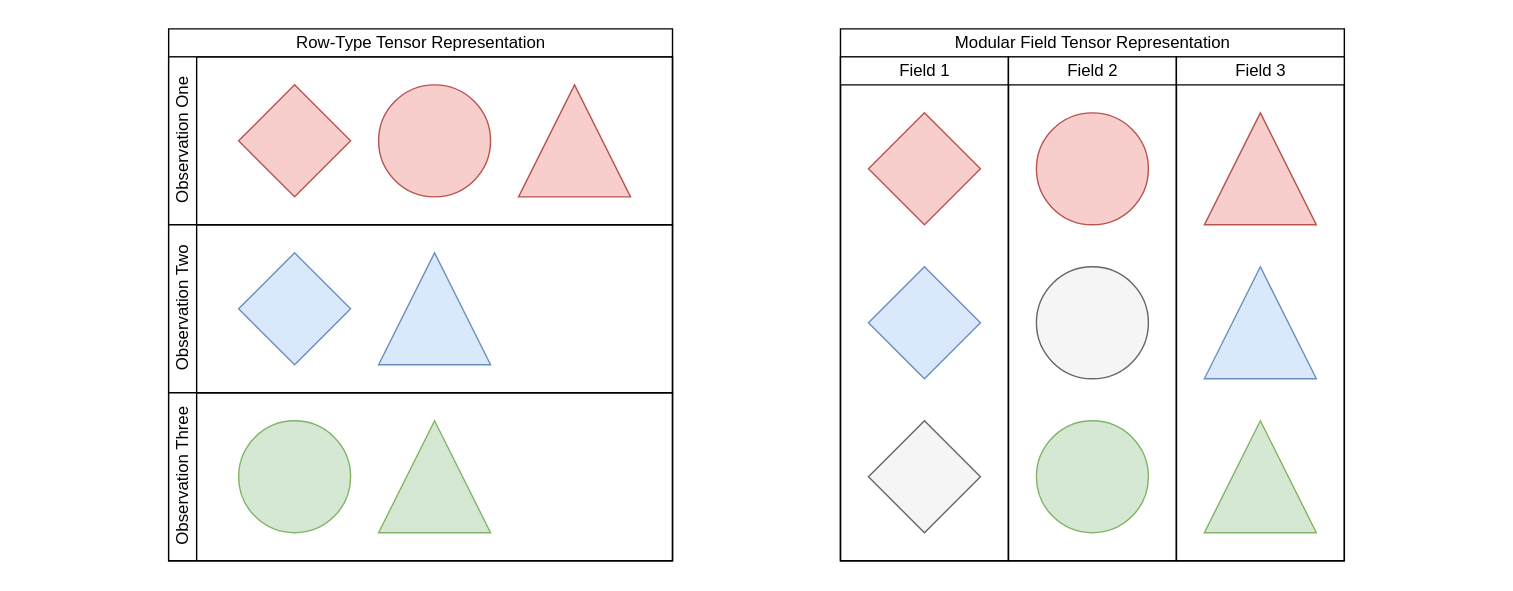
This is docs/diagrams/dataframe.drawio.svg from granthamtaylor/windmark, a draw.io export, as it was before one commit. Source tidied: cells renumbered, new cells last; positions are measured from the earlier drawing's top-left corner, leaving out a move shared by most shapes.
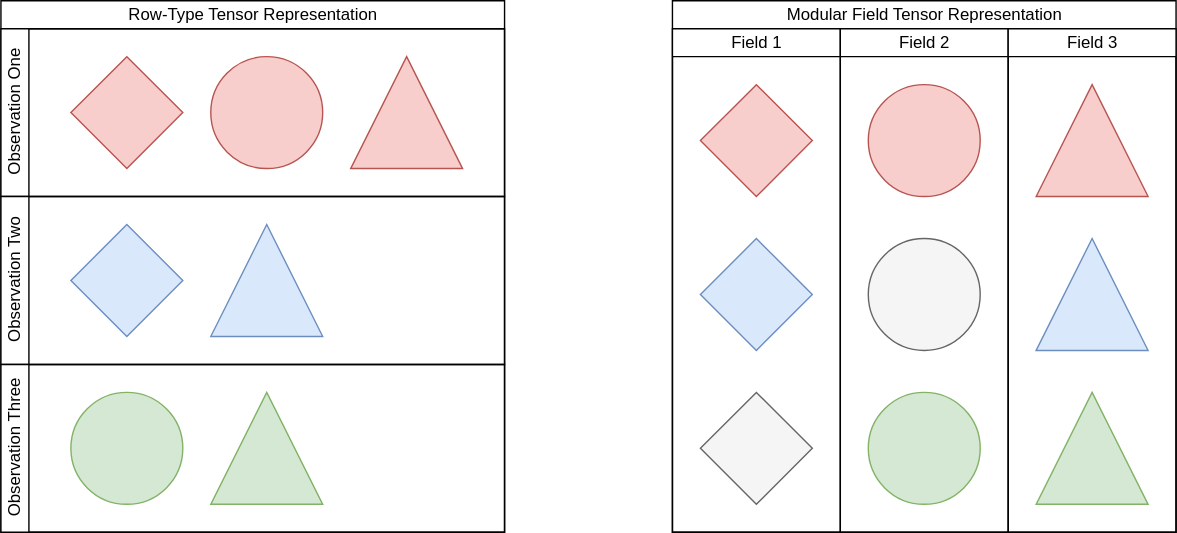
Above is the later version.

Diff of the diagram source:
```diff
@@ -2,9 +2,6 @@
   <root>
     <mxCell id="0" />
     <mxCell id="1" parent="0" />
-    <mxCell id="2" style="whiteSpace=wrap;html=1;strokeColor=none;" parent="1" vertex="1">
-      <mxGeometry width="1080" height="420" as="geometry" />
-    </mxCell>
     <mxCell id="3" value="Row-Type Tensor Representation" style="swimlane;horizontal=1;startSize=20;html=1;fontFamily=Arial;fontStyle=0;swimlaneLine=1;swimlaneHead=1;swimlaneBody=1;" parent="1" vertex="1">
       <mxGeometry x="120" y="20" width="360" height="380" as="geometry" />
     </mxCell>
```
